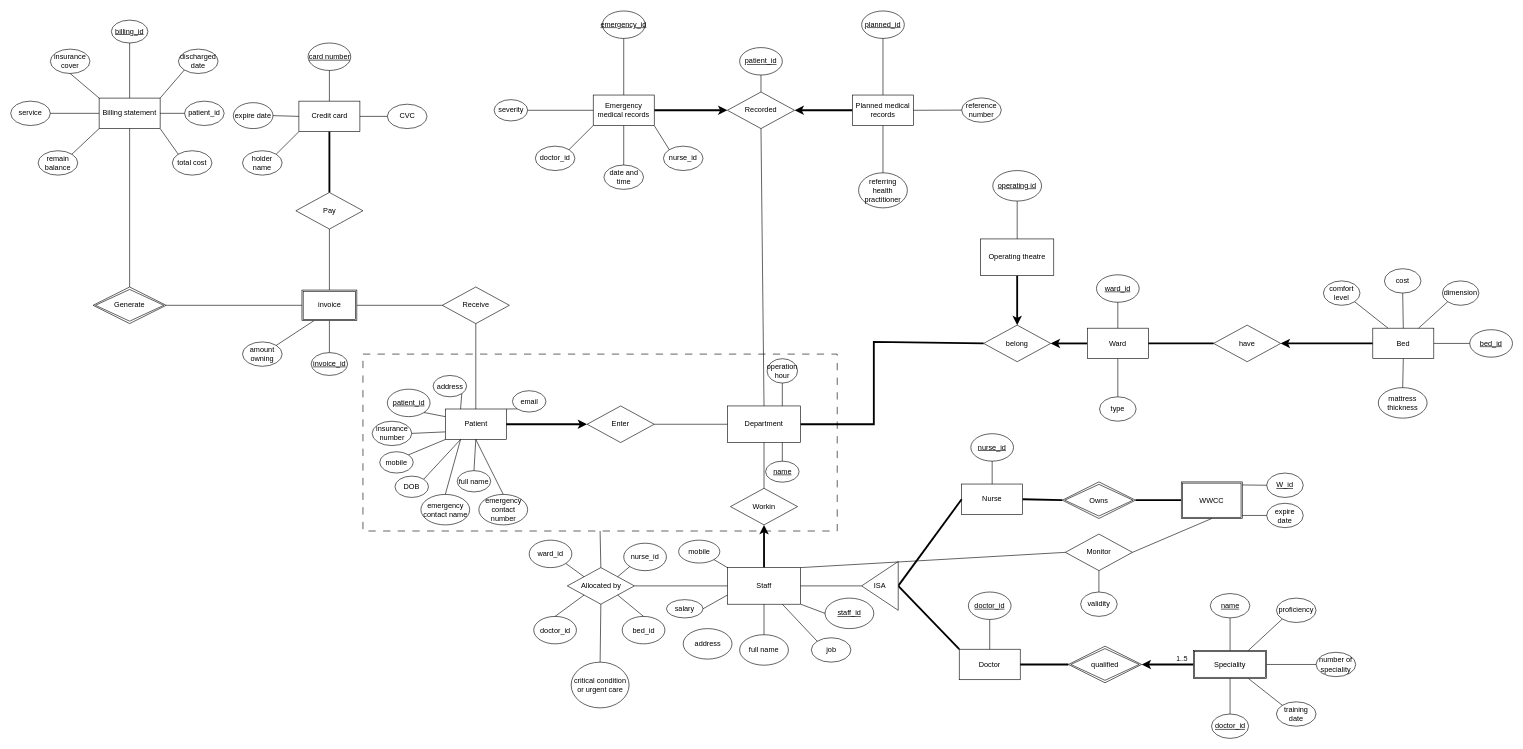
Before: COMP9120 Assignment 1 E-R diagram.drawio in Hu1999824/hello-world, a draw.io diagram. Source tidied: cells renumbered, new cells numbered last; positions are measured from the earlier drawing's top-left corner, leaving out a move shared by most shapes. Both pictures are drawn from the tidied source at 61%, with x=0, y=0 at pixel (10, 11).
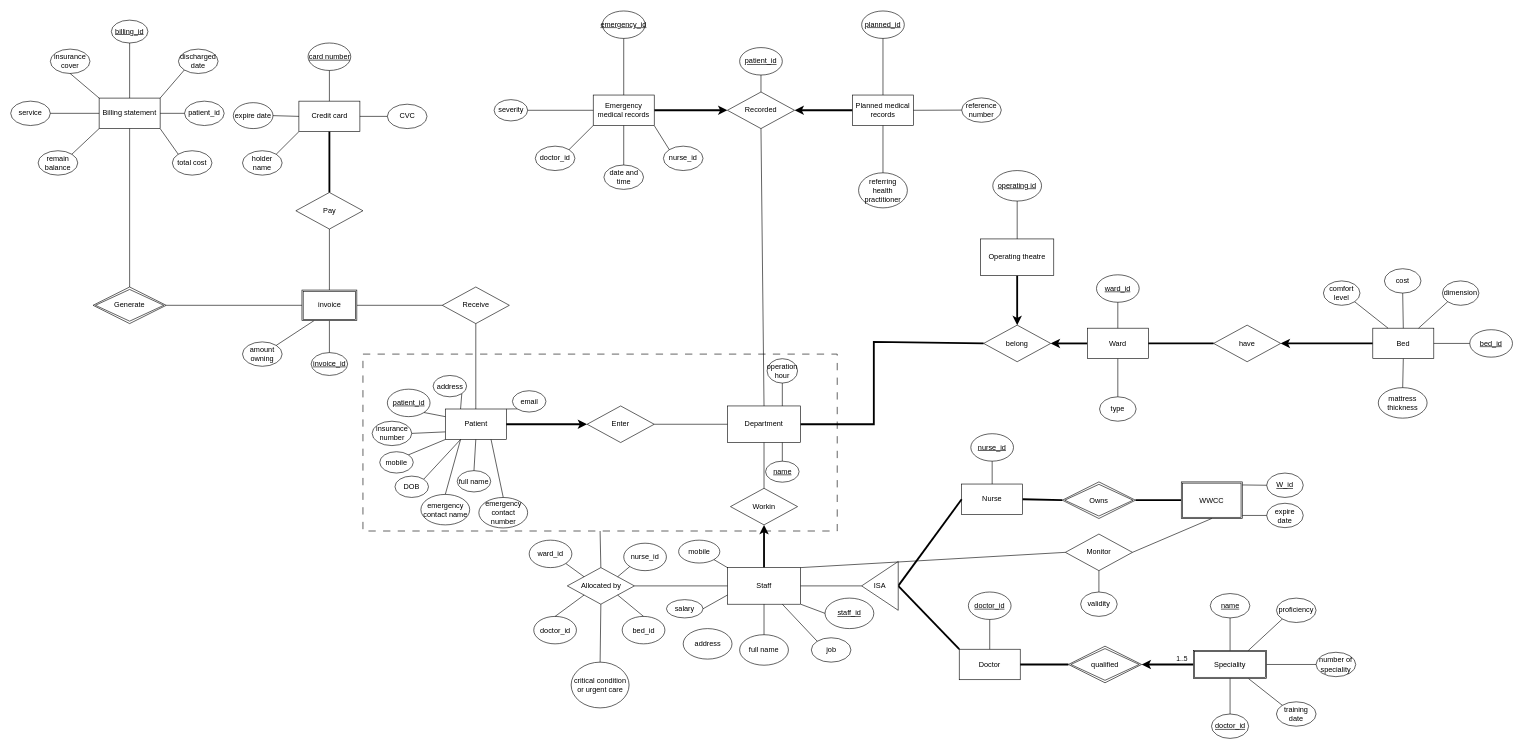
The same diagram, later.

The change refers to these unchanged cells:
```xml
<mxCell id="48" value="Patient" style="rounded=0;whiteSpace=wrap;html=1;" parent="1" vertex="1">
  <mxGeometry x="712.5" y="652" width="100" height="50" as="geometry" />
</mxCell>
```

The edit, as a diff of the source:
```diff
@@
     <mxCell id="59" value="emergency contact number" style="ellipse;whiteSpace=wrap;html=1;" parent="1" vertex="1">
-      <mxGeometry x="767.5" y="792" width="80" height="50" as="geometry" />
+      <mxGeometry x="767.5" y="797" width="80" height="50" as="geometry" />
     </mxCell>
-    <mxCell id="60" style="endArrow=none;html=1;rounded=0;exitX=0.5;exitY=0;exitDx=0;exitDy=0;entryX=0.5;entryY=1;entryDx=0;entryDy=0;" parent="1" edge="1" source="59" target="48">
+    <mxCell id="60" style="endArrow=none;html=1;rounded=0;exitX=0.5;exitY=0;exitDx=0;exitDy=0;entryX=0.75;entryY=1;entryDx=0;entryDy=0;" parent="1" edge="1" source="59" target="48">
       <mxGeometry relative="1" as="geometry" />
     </mxCell>
```
